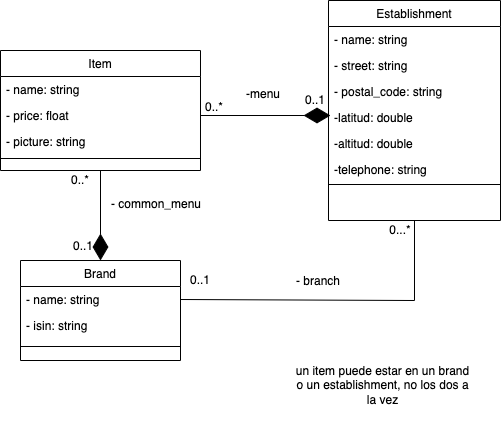
Rosa9120/AlacantGO keeps this draw.io diagram as classDiagram.drawio.png. Above is the earlier version. Source tidied: cells renumbered, new cells last; positions are measured from the earlier drawing's top-left corner, leaving out a move shared by most shapes.
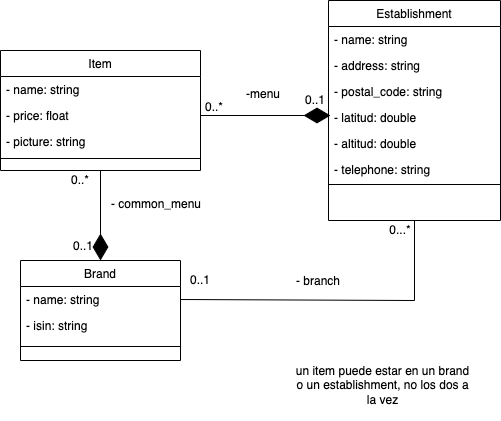
After the commit.

Diff of the diagram source:
```diff
@@ -35,19 +35,19 @@
     <mxCell id="12" value="- name: string" style="text;align=left;verticalAlign=top;spacingLeft=4;spacingRight=4;overflow=hidden;" parent="11" vertex="1">
       <mxGeometry y="26" width="172" height="26" as="geometry" />
     </mxCell>
-    <mxCell id="13" value="- street: string" style="text;align=left;verticalAlign=top;spacingLeft=4;spacingRight=4;overflow=hidden;" parent="11" vertex="1">
+    <mxCell id="13" value="- address: string" style="text;align=left;verticalAlign=top;spacingLeft=4;spacingRight=4;overflow=hidden;" parent="11" vertex="1">
       <mxGeometry y="52" width="172" height="26" as="geometry" />
     </mxCell>
     <mxCell id="14" value="- postal_code: string" style="text;align=left;verticalAlign=top;spacingLeft=4;spacingRight=4;overflow=hidden;rounded=0;shadow=0;html=0;" parent="11" vertex="1">
       <mxGeometry y="78" width="172" height="26" as="geometry" />
     </mxCell>
-    <mxCell id="15" value="-latitud: double" style="text;align=left;verticalAlign=top;spacingLeft=4;spacingRight=4;overflow=hidden;rounded=0;shadow=0;html=0;" parent="11" vertex="1">
+    <mxCell id="15" value="- latitud: double" style="text;align=left;verticalAlign=top;spacingLeft=4;spacingRight=4;overflow=hidden;rounded=0;shadow=0;html=0;" parent="11" vertex="1">
       <mxGeometry y="104" width="172" height="26" as="geometry" />
     </mxCell>
-    <mxCell id="16" value="-altitud: double" style="text;align=left;verticalAlign=top;spacingLeft=4;spacingRight=4;overflow=hidden;rounded=0;shadow=0;html=0;" parent="11" vertex="1">
+    <mxCell id="16" value="- altitud: double" style="text;align=left;verticalAlign=top;spacingLeft=4;spacingRight=4;overflow=hidden;rounded=0;shadow=0;html=0;" parent="11" vertex="1">
       <mxGeometry y="130" width="172" height="26" as="geometry" />
     </mxCell>
-    <mxCell id="17" value="-telephone: string" style="text;align=left;verticalAlign=top;spacingLeft=4;spacingRight=4;overflow=hidden;rounded=0;shadow=0;html=0;" parent="11" vertex="1">
+    <mxCell id="17" value="- telephone: string" style="text;align=left;verticalAlign=top;spacingLeft=4;spacingRight=4;overflow=hidden;rounded=0;shadow=0;html=0;" parent="11" vertex="1">
       <mxGeometry y="156" width="172" height="26" as="geometry" />
     </mxCell>
     <mxCell id="18" style="line;html=1;strokeWidth=1;align=left;verticalAlign=middle;spacingTop=-1;spacingLeft=3;spacingRight=3;labelPosition=right;" parent="11" vertex="1">
```
